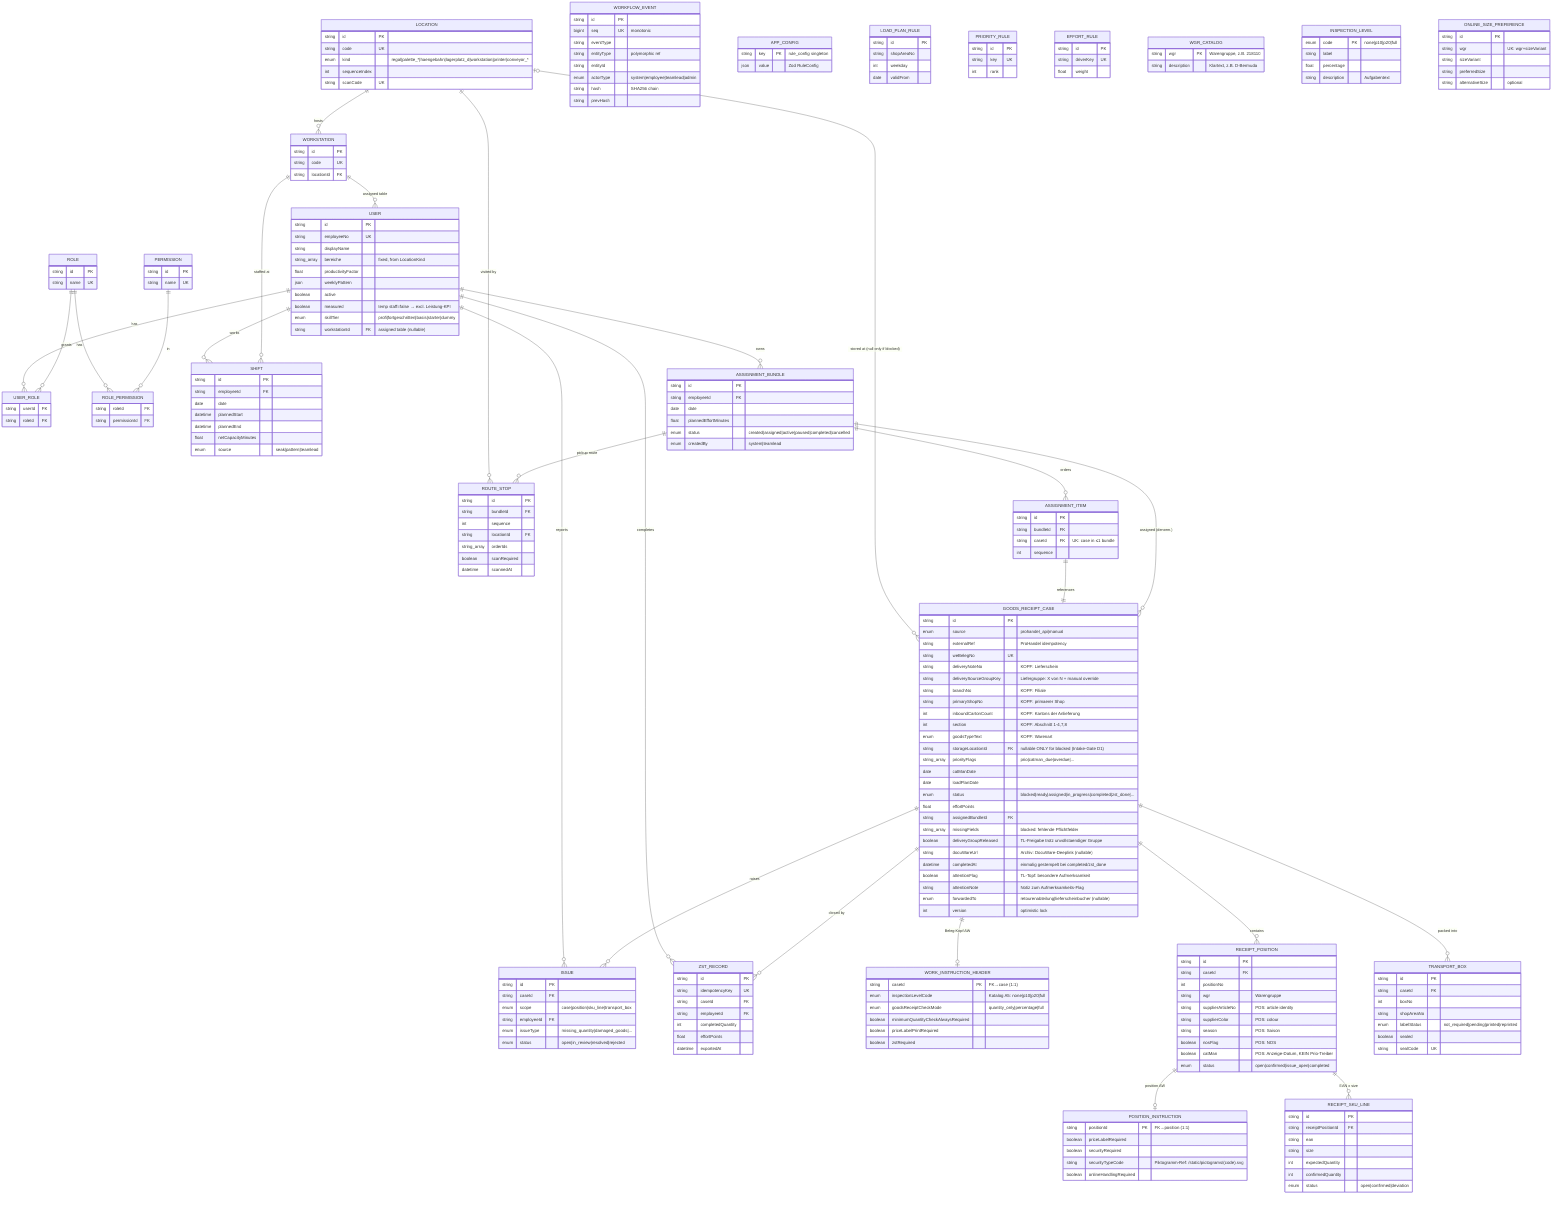
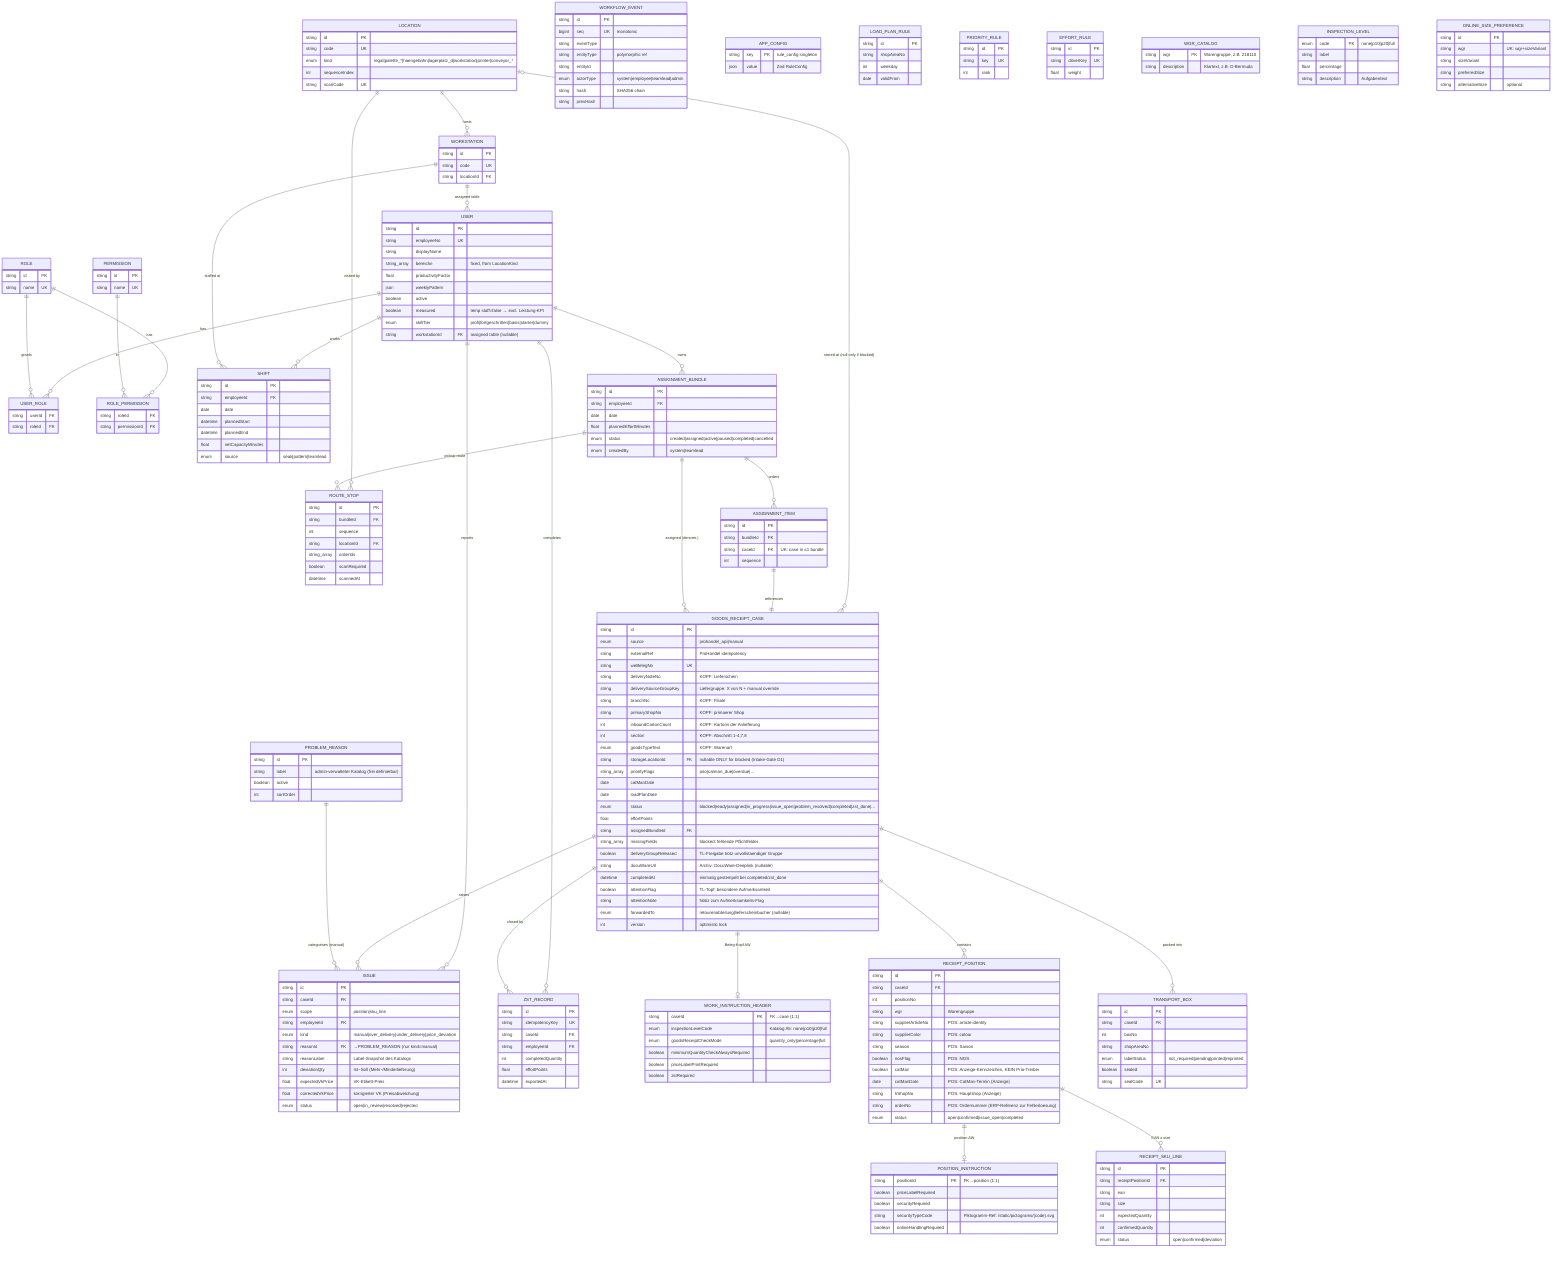
%% Domain / Entity model (ER) — verified against apps/backend-api/prisma/schema.prisma
%% Cardinality: ||--o{ = one-to-many ; ||--|| = one-to-one ; }o--o{ = many-to-many (via join).
%% Warenbezeichnung (ASN/DESADV): Beleg-Kopf fields live on GOODS_RECEIPT_CASE;
%% article identity / NOS / Saison live on RECEIPT_POSITION (see annotations).
erDiagram
    USER ||--o{ USER_ROLE : has
    ROLE ||--o{ USER_ROLE : grants
    ROLE ||--o{ ROLE_PERMISSION : has
    PERMISSION ||--o{ ROLE_PERMISSION : in
    USER ||--o{ SHIFT : works
    USER ||--o{ ASSIGNMENT_BUNDLE : owns
    USER ||--o{ ISSUE : reports
    USER ||--o{ ZST_RECORD : completes

    LOCATION ||--o{ WORKSTATION : hosts
    WORKSTATION ||--o{ SHIFT : "staffed at"
    WORKSTATION ||--o{ USER : "assigned table"
    LOCATION |o--o{ GOODS_RECEIPT_CASE : "stored at (null only if blocked)"
    LOCATION ||--o{ ROUTE_STOP : "visited by"

    GOODS_RECEIPT_CASE ||--o| WORK_INSTRUCTION_HEADER : "Beleg-Kopf AW"
    GOODS_RECEIPT_CASE ||--o{ RECEIPT_POSITION : contains
    RECEIPT_POSITION ||--o| POSITION_INSTRUCTION : "position AW"
    RECEIPT_POSITION ||--o{ RECEIPT_SKU_LINE : "EAN x size"

    GOODS_RECEIPT_CASE ||--o{ ISSUE : raises
+     PROBLEM_REASON ||--o{ ISSUE : "categorises (manual)"
    GOODS_RECEIPT_CASE ||--o{ TRANSPORT_BOX : "packed into"
    GOODS_RECEIPT_CASE ||--o{ ZST_RECORD : "closed by"

    ASSIGNMENT_BUNDLE ||--o{ ASSIGNMENT_ITEM : orders
    ASSIGNMENT_ITEM ||--|| GOODS_RECEIPT_CASE : references
    ASSIGNMENT_BUNDLE ||--o{ GOODS_RECEIPT_CASE : "assigned (denorm.)"
    ASSIGNMENT_BUNDLE ||--o{ ROUTE_STOP : "pickup route"

    USER {
        string id PK
        string employeeNo UK
        string displayName
        string_array bereiche "fixed, from LocationKind"
        float productivityFactor
        json weeklyPattern
        boolean active
        boolean measured "temp staff=false → excl. Leistung-KPI"
        enum skillTier "profi|fortgeschritten|basis|starter|dummy"
        string workstationId FK "assigned table (nullable)"
    }
    ROLE { string id PK
        string name UK }
    PERMISSION { string id PK
        string name UK }
    USER_ROLE { string userId FK
        string roleId FK }
    ROLE_PERMISSION { string roleId FK
        string permissionId FK }

    SHIFT {
        string id PK
        string employeeId FK
        date date
        datetime plannedStart
        datetime plannedEnd
        float netCapacityMinutes
        enum source "seak|pattern|teamlead"
    }
    WORKSTATION { string id PK
        string code UK
        string locationId FK }
    LOCATION {
        string id PK
        string code UK
        enum kind "regal|palette_*|haengebahn|lagerplatz_d|workstation|printer|conveyor_*"
        int sequenceIndex
        string scanCode UK
    }

    GOODS_RECEIPT_CASE {
        string id PK
        enum source "prohandel_api|manual"
        string externalRef "ProHandel idempotency"
        string weBelegNo UK
        string deliveryNoteNo "KOPF: Lieferschein"
        string deliverySourceGroupKey "Liefergruppe: X von N + manual override"
        string branchNo "KOPF: Filiale"
        string primaryShopNo "KOPF: primaerer Shop"
        int inboundCartonCount "KOPF: Kartons der Anlieferung"
        int section "KOPF: Abschnitt 1-4,7,8"
        enum goodsTypeText "KOPF: Warenart"
        string storageLocationId FK "nullable ONLY for blocked (Intake-Gate D1)"
        string_array priorityFlags "prio|catman_due|overdue|..."
        date catManDate
        date loadPlanDate
-         enum status "blocked|ready|assigned|in_progress|completed|zst_done|..."
+         enum status "blocked|ready|assigned|in_progress|issue_open|problem_resolved|completed|zst_done|..."
        float effortPoints
        string assignedBundleId FK
        string_array missingFields "blocked: fehlende Pflichtfelder"
        boolean deliveryGroupReleased "TL-Freigabe trotz unvollstaendiger Gruppe"
        string docuWareUrl "Archiv: DocuWare-Deeplink (nullable)"
        datetime completedAt "einmalig gestempelt bei completed/zst_done"
        boolean attentionFlag "TL-Topf: besondere Aufmerksamkeit"
        string attentionNote "Notiz zum Aufmerksamkeits-Flag"
        enum forwardedTo "retourenabteilung|lieferscheinbucher (nullable)"
        int version "optimistic lock"
    }
    WORK_INSTRUCTION_HEADER {
        string caseId PK "FK→case (1:1)"
        enum inspectionLevelCode "Katalog A5: none|p10|p20|full"
        enum goodsReceiptCheckMode "quantity_only|percentage|full"
        boolean minimumQuantityCheckAlwaysRequired
        boolean priceLabelPrintRequired
        boolean zstRequired
    }
    RECEIPT_POSITION {
        string id PK
        string caseId FK
        int positionNo
        string wgr "Warengruppe"
        string supplierArticleNo "POS: article identity"
        string supplierColor "POS: colour"
        string season "POS: Saison"
        boolean nosFlag "POS: NOS"
-         boolean catMan "POS: Anzeige-Datum, KEIN Prio-Treiber"
+         boolean catMan "POS: Anzeige-Kennzeichen, KEIN Prio-Treiber"
+         date catManDate "POS: CatMan-Termin (Anzeige)"
+         string hShopNo "POS: Hauptshop (Anzeige)"
+         string orderNo "POS: Ordernummer (ERP-Referenz zur Fehlerloesung)"
        enum status "open|confirmed|issue_open|completed"
    }
    POSITION_INSTRUCTION {
        string positionId PK "FK→position (1:1)"
        boolean priceLabelRequired
        boolean securityRequired
        string securityTypeCode "Piktogramm-Ref: /static/pictograms/(code).svg"
        boolean onlineHandlingRequired
    }
    RECEIPT_SKU_LINE {
        string id PK
        string receiptPositionId FK
        string ean
        string size
        int expectedQuantity
        int confirmedQuantity
        enum status "open|confirmed|deviation"
    }

    ASSIGNMENT_BUNDLE {
        string id PK
        string employeeId FK
        date date
        float plannedEffortMinutes
        enum status "created|assigned|active|paused|completed|cancelled"
        enum createdBy "system|teamlead"
    }
    ASSIGNMENT_ITEM {
        string id PK
        string bundleId FK
        string caseId FK "UK: case in ≤1 bundle"
        int sequence
    }
    ROUTE_STOP {
        string id PK
        string bundleId FK
        int sequence
        string locationId FK
        string_array orderIds
        boolean scanRequired
        datetime scannedAt
    }

+     PROBLEM_REASON {
+         string id PK
+         string label "admin-verwalteter Katalog (frei definierbar)"
+         boolean active
+         int sortOrder
+     }
    ISSUE {
        string id PK
        string caseId FK
-         enum scope "case|position|sku_line|transport_box"
-         string employeeId FK
-         enum issueType "missing_quantity|damaged_goods|..."
+         enum scope "position|sku_line"
+         string employeeId FK
+         enum kind "manual|over_delivery|under_delivery|price_deviation"
+         string reasonId FK "→PROBLEM_REASON (nur kind=manual)"
+         string reasonLabel "Label-Snapshot des Katalogs"
+         int deviationQty "Ist−Soll (Mehr-/Minderlieferung)"
+         float expectedVkPrice "VK-Etikett-Preis"
+         float correctedVkPrice "korrigierter VK (Preisabweichung)"
        enum status "open|in_review|resolved|rejected"
    }
    TRANSPORT_BOX {
        string id PK
        string caseId FK
        int boxNo
        string shopAreaNo
        enum labelStatus "not_required|pending|printed|reprinted"
        boolean sealed
        string sealCode UK
    }
    ZST_RECORD {
        string id PK
        string idempotencyKey UK
        string caseId FK
        string employeeId FK
        int completedQuantity
        float effortPoints
        datetime exportedAt
    }

    WORKFLOW_EVENT {
        string id PK
        bigint seq UK "monotonic"
        string eventType
        string entityType "polymorphic ref"
        string entityId
        enum actorType "system|employee|teamlead|admin"
        string hash "SHA256 chain"
        string prevHash
    }
    APP_CONFIG {
        string key PK "rule_config singleton"
        json value "Zod RuleConfig"
    }
    LOAD_PLAN_RULE {
        string id PK
        string shopAreaNo
        int weekday
        date validFrom
    }
    PRIORITY_RULE { string id PK
        string key UK
        int rank }
    EFFORT_RULE { string id PK
        string driverKey UK
        float weight }

    %% Mock-ERP catalogs (Teamlead-Feedback 03.07.2026) — standalone lookup tables,
    %% referenced by code (wgr / inspectionLevelCode), no FK relations.
    WGR_CATALOG {
        string wgr PK "Warengruppe, z.B. 218110"
        string description "Klartext, z.B. D-Bermuda"
    }
    INSPECTION_LEVEL {
        enum code PK "none|p10|p20|full"
        string label
        float percentage
        string description "Aufgabentext"
    }
    ONLINE_SIZE_PREFERENCE {
        string id PK
        string wgr "UK: wgr+sizeVariant"
        string sizeVariant
        string preferredSize
        string alternativeSize "optional"
    }
